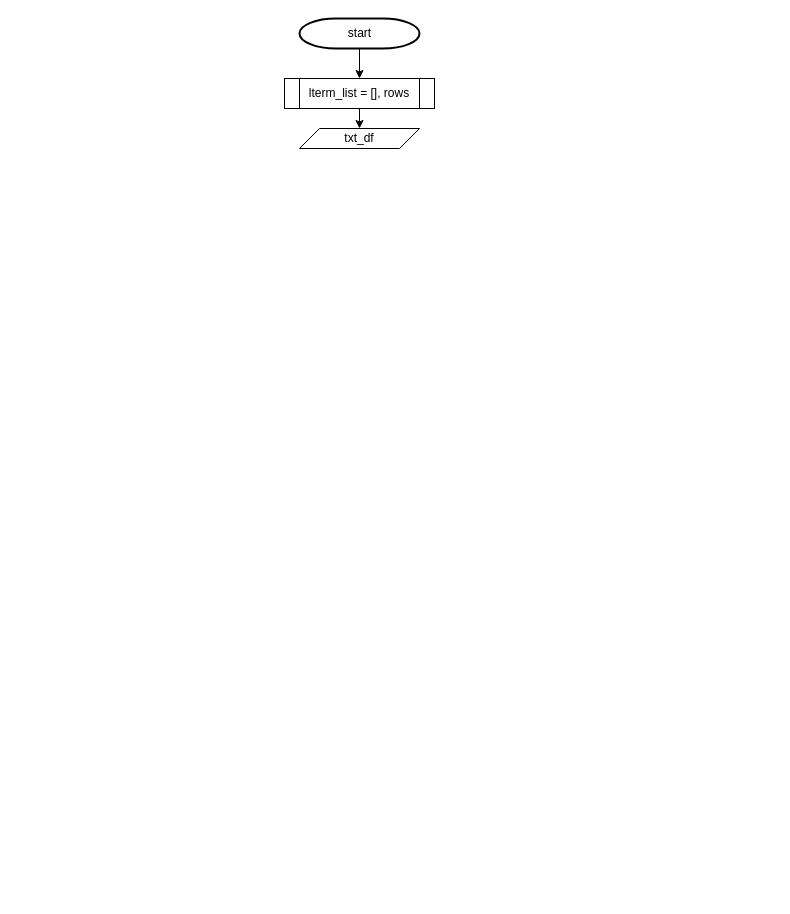
Earlier version of the draw.io diagram page "Page-2" (2 of 2) of flowchart/search_mwe_func.drawio (Bagabandi152/diagrams.net). Source tidied: cells renumbered, new cells numbered last; positions are measured from the earlier drawing's top-left corner, leaving out a move shared by most shapes. Both pictures are drawn from the tidied source at 100%, with x=0, y=0 at pixel (284, 18).
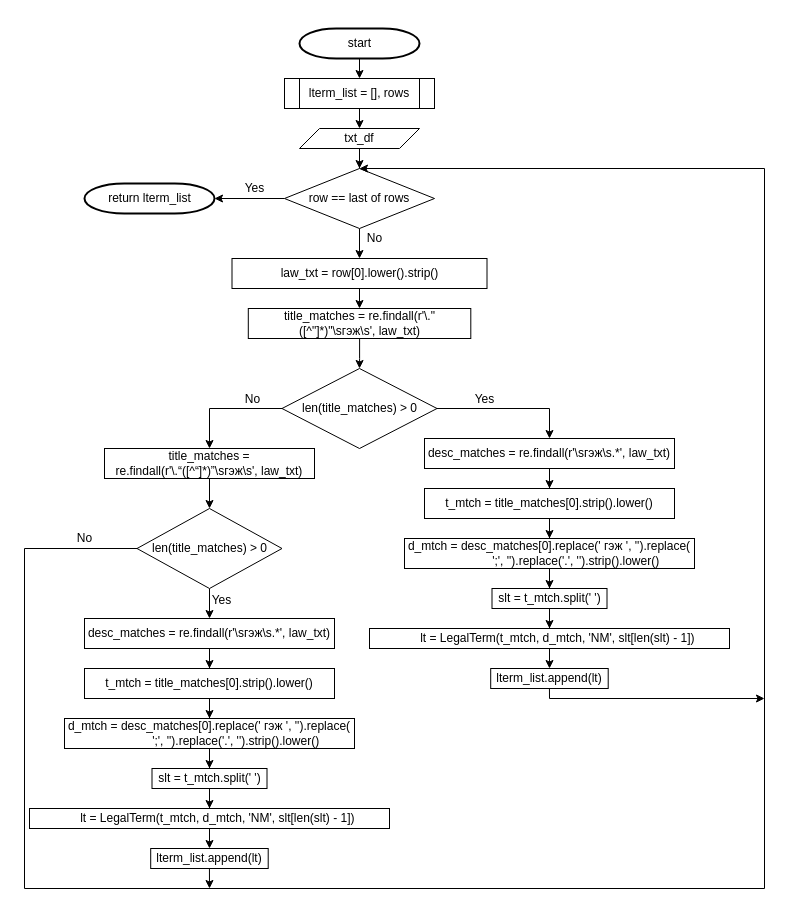
After the change.

Unchanged cells that the change refers to:
```xml
<mxCell id="6" value="txt_df" style="shape=parallelogram;perimeter=parallelogramPerimeter;whiteSpace=wrap;html=1;fixedSize=1;" parent="1" vertex="1">
  <mxGeometry x="15" y="110" width="120" height="20" as="geometry" />
</mxCell>
```

The edit, as a diff of the source:
```diff
@@
     <mxCell id="3" value="start" style="shape=mxgraph.flowchart.terminator;strokeWidth=2;gradientColor=none;gradientDirection=north;fontStyle=0;html=1;" parent="1" vertex="1">
-      <mxGeometry x="15" width="120" height="30" as="geometry" />
+      <mxGeometry x="15" y="10" width="120" height="30" as="geometry" />
     </mxCell>
@@
+    <mxCell id="7" style="edgeStyle=orthogonalEdgeStyle;rounded=0;jettySize=auto;html=1;" parent="1" edge="1" source="6" target="10">
+      <mxGeometry relative="1" as="geometry" />
+    </mxCell>
@@
+    <mxCell id="8" style="edgeStyle=orthogonalEdgeStyle;rounded=0;jettySize=auto;html=1;" parent="1" edge="1" source="10" target="12">
+      <mxGeometry relative="1" as="geometry" />
+    </mxCell>
+    <mxCell id="9" style="edgeStyle=orthogonalEdgeStyle;rounded=0;jettySize=auto;html=1;exitX=0;exitY=0.5;exitDx=0;exitDy=0;entryX=1;entryY=0.5;entryDx=0;entryDy=0;entryPerimeter=0;" parent="1" edge="1" source="10" target="52">
+      <mxGeometry relative="1" as="geometry" />
+    </mxCell>
+    <mxCell id="10" value="row == last of rows" style="rhombus;whiteSpace=wrap;html=1;" parent="1" vertex="1">
+      <mxGeometry y="150" width="150" height="60" as="geometry" />
+    </mxCell>
+    <mxCell id="11" style="edgeStyle=orthogonalEdgeStyle;rounded=0;jettySize=auto;html=1;" parent="1" edge="1" source="12" target="14">
+      <mxGeometry relative="1" as="geometry" />
+    </mxCell>
+    <mxCell id="12" value="law_txt = row[0].lower().strip()" style="whiteSpace=wrap;html=1;" parent="1" vertex="1">
+      <mxGeometry x="-52.5" y="240" width="255" height="30" as="geometry" />
+    </mxCell>
+    <mxCell id="13" style="edgeStyle=orthogonalEdgeStyle;rounded=0;jettySize=auto;html=1;" parent="1" edge="1" source="14" target="17">
+      <mxGeometry relative="1" as="geometry" />
+    </mxCell>
+    <mxCell id="14" value="title_matches = re.findall(r'\.&quot;([^&quot;]*)&quot;\sгэж\s', law_txt)" style="whiteSpace=wrap;html=1;" parent="1" vertex="1">
+      <mxGeometry x="-36.2" y="290" width="222.5" height="30" as="geometry" />
+    </mxCell>
+    <mxCell id="15" style="edgeStyle=orthogonalEdgeStyle;rounded=0;jettySize=auto;html=1;exitX=1;exitY=0.5;exitDx=0;exitDy=0;entryX=0.5;entryY=0;entryDx=0;entryDy=0;" parent="1" edge="1" source="17" target="19">
+      <mxGeometry relative="1" as="geometry" />
+    </mxCell>
+    <mxCell id="16" style="edgeStyle=orthogonalEdgeStyle;rounded=0;jettySize=auto;html=1;exitX=0;exitY=0.5;exitDx=0;exitDy=0;" parent="1" edge="1" source="17" target="32">
+      <mxGeometry relative="1" as="geometry" />
+    </mxCell>
+    <mxCell id="17" value="len(title_matches) &amp;gt; 0" style="rhombus;whiteSpace=wrap;html=1;" parent="1" vertex="1">
+      <mxGeometry x="-2.5" y="350" width="155" height="80" as="geometry" />
+    </mxCell>
+    <mxCell id="18" style="edgeStyle=orthogonalEdgeStyle;rounded=0;jettySize=auto;html=1;" parent="1" edge="1" source="19" target="21">
+      <mxGeometry relative="1" as="geometry" />
+    </mxCell>
+    <mxCell id="19" value="desc_matches = re.findall(r'\sгэж\s.*', law_txt)" style="whiteSpace=wrap;html=1;" parent="1" vertex="1">
+      <mxGeometry x="140" y="420" width="250" height="30" as="geometry" />
+    </mxCell>
+    <mxCell id="20" style="edgeStyle=orthogonalEdgeStyle;rounded=0;jettySize=auto;html=1;" parent="1" edge="1" source="21" target="23">
+      <mxGeometry relative="1" as="geometry" />
+    </mxCell>
+    <mxCell id="21" value="t_mtch = title_matches[0].strip().lower()" style="whiteSpace=wrap;html=1;" parent="1" vertex="1">
+      <mxGeometry x="140" y="470" width="250" height="30" as="geometry" />
+    </mxCell>
+    <mxCell id="22" style="edgeStyle=orthogonalEdgeStyle;rounded=0;jettySize=auto;html=1;" parent="1" edge="1" source="23" target="25">
+      <mxGeometry relative="1" as="geometry" />
+    </mxCell>
+    <mxCell id="23" value="&lt;div&gt;d_mtch = desc_matches[0].replace(' гэж ', '').replace(&lt;/div&gt;&lt;div&gt;&amp;nbsp; &amp;nbsp; &amp;nbsp; &amp;nbsp; &amp;nbsp; &amp;nbsp; &amp;nbsp; &amp;nbsp; ';', '').replace('.', '').strip().lower()&lt;/div&gt;" style="whiteSpace=wrap;html=1;" parent="1" vertex="1">
+      <mxGeometry x="120" y="520" width="290" height="30" as="geometry" />
+    </mxCell>
+    <mxCell id="24" style="edgeStyle=orthogonalEdgeStyle;rounded=0;jettySize=auto;html=1;" parent="1" edge="1" source="25" target="27">
+      <mxGeometry relative="1" as="geometry" />
+    </mxCell>
+    <mxCell id="25" value="&lt;div&gt;slt = t_mtch.split(' ')&lt;/div&gt;" style="whiteSpace=wrap;html=1;" parent="1" vertex="1">
+      <mxGeometry x="207.5" y="570" width="115" height="20" as="geometry" />
+    </mxCell>
+    <mxCell id="26" style="edgeStyle=orthogonalEdgeStyle;rounded=0;jettySize=auto;html=1;" parent="1" edge="1" source="27" target="29">
+      <mxGeometry relative="1" as="geometry" />
+    </mxCell>
+    <mxCell id="27" value="&lt;div&gt;&lt;span style=&quot;background-color: initial;&quot;&gt;&amp;nbsp; &amp;nbsp; &amp;nbsp; &amp;nbsp; &amp;nbsp; &amp;nbsp; lt = LegalTerm(t_mtch, d_mtch, 'NM', slt[len(slt) - 1])&lt;/span&gt;&lt;span style=&quot;background-color: initial;&quot;&gt;&amp;nbsp; &amp;nbsp; &amp;nbsp; &amp;nbsp;&lt;/span&gt;&lt;/div&gt;" style="whiteSpace=wrap;html=1;" parent="1" vertex="1">
+      <mxGeometry x="85" y="610" width="360" height="20" as="geometry" />
+    </mxCell>
+    <mxCell id="28" style="edgeStyle=orthogonalEdgeStyle;rounded=0;jettySize=auto;html=1;exitX=0.5;exitY=1;exitDx=0;exitDy=0;" parent="1" edge="1" source="29">
+      <mxGeometry relative="1" as="geometry">
+        <mxPoint x="480" y="680" as="targetPoint" />
+        <Array as="points">
+          <mxPoint x="265" y="680" />
+          <mxPoint x="480" y="680" />
+        </Array>
+      </mxGeometry>
+    </mxCell>
+    <mxCell id="29" value="&lt;div&gt;&lt;span style=&quot;background-color: initial;&quot;&gt;lterm_list.append(lt)&lt;/span&gt;&lt;br&gt;&lt;/div&gt;" style="whiteSpace=wrap;html=1;" parent="1" vertex="1">
+      <mxGeometry x="206.2" y="650" width="117.5" height="20" as="geometry" />
+    </mxCell>
+    <mxCell id="30" value="Yes" style="text;html=1;align=center;verticalAlign=middle;strokeColor=none;fillColor=none;" parent="1" vertex="1">
+      <mxGeometry x="180" y="366" width="40" height="30" as="geometry" />
+    </mxCell>
+    <mxCell id="31" style="edgeStyle=orthogonalEdgeStyle;rounded=0;jettySize=auto;html=1;" parent="1" edge="1" source="32" target="36">
+      <mxGeometry relative="1" as="geometry" />
+    </mxCell>
+    <mxCell id="32" value="title_matches = re.findall(r'\.“([^“]*)”\sгэж\s', law_txt)" style="whiteSpace=wrap;html=1;" parent="1" vertex="1">
+      <mxGeometry x="-180" y="430" width="210" height="30" as="geometry" />
+    </mxCell>
+    <mxCell id="33" value="No" style="text;html=1;align=center;verticalAlign=middle;strokeColor=none;fillColor=none;" parent="1" vertex="1">
+      <mxGeometry x="-52.5" y="366" width="40" height="30" as="geometry" />
+    </mxCell>
+    <mxCell id="34" style="edgeStyle=orthogonalEdgeStyle;rounded=0;jettySize=auto;html=1;exitX=0.5;exitY=1;exitDx=0;exitDy=0;entryX=0.5;entryY=0;entryDx=0;entryDy=0;" parent="1" edge="1" source="36" target="38">
+      <mxGeometry relative="1" as="geometry" />
+    </mxCell>
+    <mxCell id="35" style="edgeStyle=orthogonalEdgeStyle;rounded=0;jettySize=auto;html=1;exitX=0;exitY=0.5;exitDx=0;exitDy=0;entryX=0.5;entryY=0;entryDx=0;entryDy=0;" parent="1" edge="1" source="36" target="10">
+      <mxGeometry relative="1" as="geometry">
+        <Array as="points">
+          <mxPoint x="-260" y="530" />
+          <mxPoint x="-260" y="870" />
+          <mxPoint x="480" y="870" />
+          <mxPoint x="480" y="150" />
+        </Array>
+      </mxGeometry>
+    </mxCell>
+    <mxCell id="36" value="len(title_matches) &amp;gt; 0" style="rhombus;whiteSpace=wrap;html=1;" parent="1" vertex="1">
+      <mxGeometry x="-147.5" y="490" width="145" height="80" as="geometry" />
+    </mxCell>
+    <mxCell id="37" style="edgeStyle=orthogonalEdgeStyle;rounded=0;jettySize=auto;html=1;" parent="1" edge="1" source="38" target="40">
+      <mxGeometry relative="1" as="geometry" />
+    </mxCell>
+    <mxCell id="38" value="desc_matches = re.findall(r'\sгэж\s.*', law_txt)" style="whiteSpace=wrap;html=1;" parent="1" vertex="1">
+      <mxGeometry x="-200" y="600" width="250" height="30" as="geometry" />
+    </mxCell>
+    <mxCell id="39" style="edgeStyle=orthogonalEdgeStyle;rounded=0;jettySize=auto;html=1;" parent="1" edge="1" source="40" target="42">
+      <mxGeometry relative="1" as="geometry" />
+    </mxCell>
+    <mxCell id="40" value="t_mtch = title_matches[0].strip().lower()" style="whiteSpace=wrap;html=1;" parent="1" vertex="1">
+      <mxGeometry x="-200" y="650" width="250" height="30" as="geometry" />
+    </mxCell>
+    <mxCell id="41" style="edgeStyle=orthogonalEdgeStyle;rounded=0;jettySize=auto;html=1;" parent="1" edge="1" source="42" target="44">
+      <mxGeometry relative="1" as="geometry" />
+    </mxCell>
+    <mxCell id="42" value="&lt;div&gt;d_mtch = desc_matches[0].replace(' гэж ', '').replace(&lt;/div&gt;&lt;div&gt;&amp;nbsp; &amp;nbsp; &amp;nbsp; &amp;nbsp; &amp;nbsp; &amp;nbsp; &amp;nbsp; &amp;nbsp; ';', '').replace('.', '').strip().lower()&lt;/div&gt;" style="whiteSpace=wrap;html=1;" parent="1" vertex="1">
+      <mxGeometry x="-220" y="700" width="290" height="30" as="geometry" />
+    </mxCell>
+    <mxCell id="43" style="edgeStyle=orthogonalEdgeStyle;rounded=0;jettySize=auto;html=1;" parent="1" edge="1" source="44" target="46">
+      <mxGeometry relative="1" as="geometry" />
+    </mxCell>
+    <mxCell id="44" value="&lt;div&gt;slt = t_mtch.split(' ')&lt;/div&gt;" style="whiteSpace=wrap;html=1;" parent="1" vertex="1">
+      <mxGeometry x="-132.5" y="750" width="115" height="20" as="geometry" />
+    </mxCell>
+    <mxCell id="45" style="edgeStyle=orthogonalEdgeStyle;rounded=0;jettySize=auto;html=1;" parent="1" edge="1" source="46" target="48">
+      <mxGeometry relative="1" as="geometry" />
+    </mxCell>
+    <mxCell id="46" value="&lt;div&gt;&lt;span style=&quot;background-color: initial;&quot;&gt;&amp;nbsp; &amp;nbsp; &amp;nbsp; &amp;nbsp; &amp;nbsp; &amp;nbsp; lt = LegalTerm(t_mtch, d_mtch, 'NM', slt[len(slt) - 1])&lt;/span&gt;&lt;span style=&quot;background-color: initial;&quot;&gt;&amp;nbsp; &amp;nbsp; &amp;nbsp; &amp;nbsp;&lt;/span&gt;&lt;/div&gt;" style="whiteSpace=wrap;html=1;" parent="1" vertex="1">
+      <mxGeometry x="-255" y="790" width="360" height="20" as="geometry" />
+    </mxCell>
+    <mxCell id="47" style="edgeStyle=orthogonalEdgeStyle;rounded=0;jettySize=auto;html=1;exitX=0.5;exitY=1;exitDx=0;exitDy=0;" parent="1" edge="1" source="48">
+      <mxGeometry relative="1" as="geometry">
+        <mxPoint x="-75" y="870" as="targetPoint" />
+      </mxGeometry>
+    </mxCell>
+    <mxCell id="48" value="&lt;div&gt;&lt;span style=&quot;background-color: initial;&quot;&gt;lterm_list.append(lt)&lt;/span&gt;&lt;br&gt;&lt;/div&gt;" style="whiteSpace=wrap;html=1;" parent="1" vertex="1">
+      <mxGeometry x="-133.8" y="830" width="117.5" height="20" as="geometry" />
+    </mxCell>
+    <mxCell id="49" value="Yes" style="text;html=1;align=center;verticalAlign=middle;strokeColor=none;fillColor=none;" parent="1" vertex="1">
+      <mxGeometry x="-83.2" y="567" width="40" height="30" as="geometry" />
+    </mxCell>
+    <mxCell id="50" value="No" style="text;html=1;align=center;verticalAlign=middle;strokeColor=none;fillColor=none;" parent="1" vertex="1">
+      <mxGeometry x="-220" y="505" width="40" height="30" as="geometry" />
+    </mxCell>
+    <mxCell id="51" value="No" style="text;html=1;align=center;verticalAlign=middle;strokeColor=none;fillColor=none;" parent="1" vertex="1">
+      <mxGeometry x="70" y="205" width="40" height="30" as="geometry" />
+    </mxCell>
+    <mxCell id="52" value="return lterm_list" style="shape=mxgraph.flowchart.terminator;strokeWidth=2;gradientColor=none;gradientDirection=north;fontStyle=0;html=1;" parent="1" vertex="1">
+      <mxGeometry x="-200" y="165" width="130" height="30" as="geometry" />
+    </mxCell>
+    <mxCell id="53" value="Yes" style="text;html=1;align=center;verticalAlign=middle;strokeColor=none;fillColor=none;" parent="1" vertex="1">
+      <mxGeometry x="-50" y="155" width="40" height="30" as="geometry" />
+    </mxCell>
```
